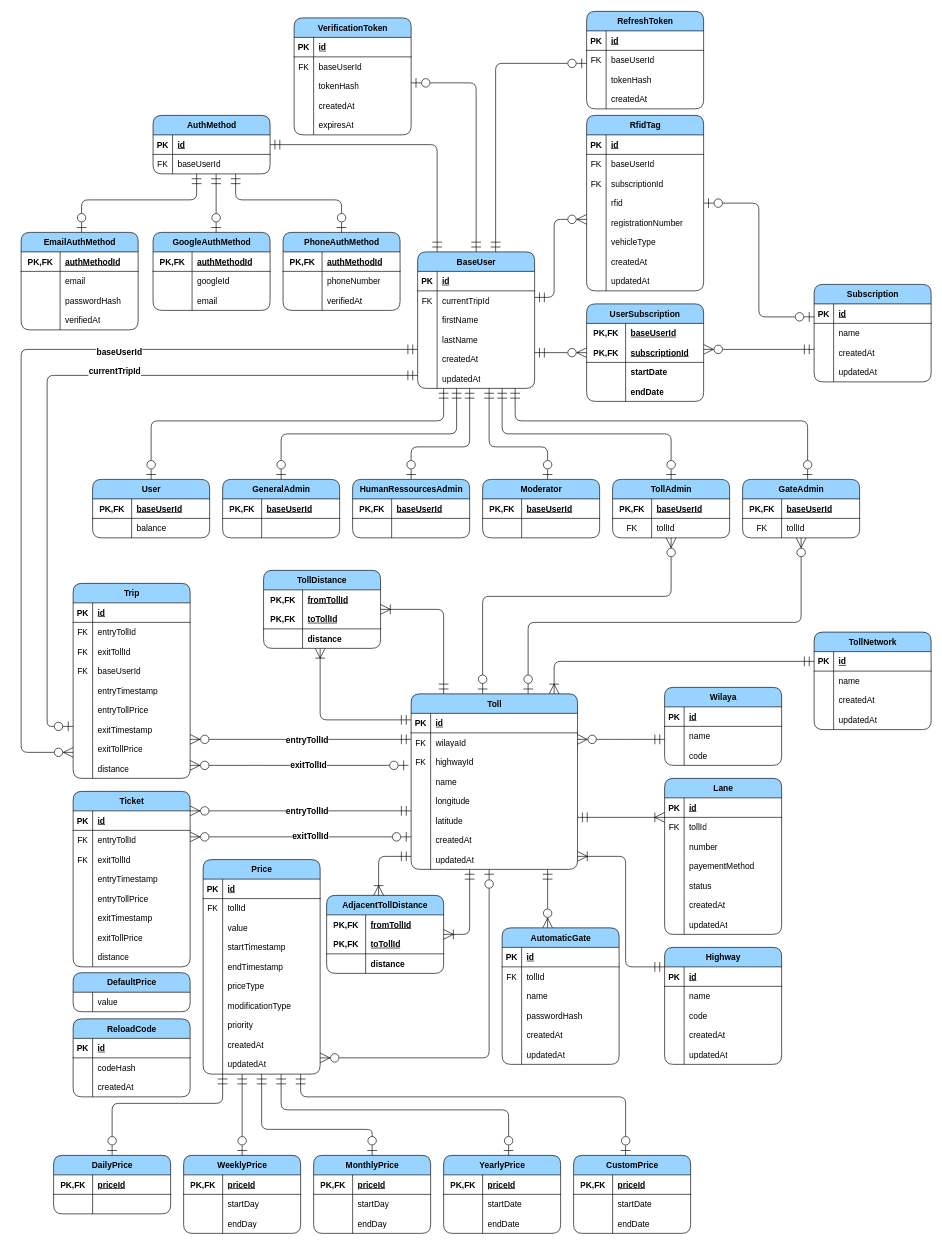
Before: diagrams/entity-relation.drawio in devlotfi/peage-pay, a draw.io diagram. Source tidied: cells renumbered, new cells numbered last; positions are measured from the earlier drawing's top-left corner, leaving out a move shared by most shapes. Both pictures are drawn from the tidied source at 65%, with x=0, y=0 at pixel (21, 11).
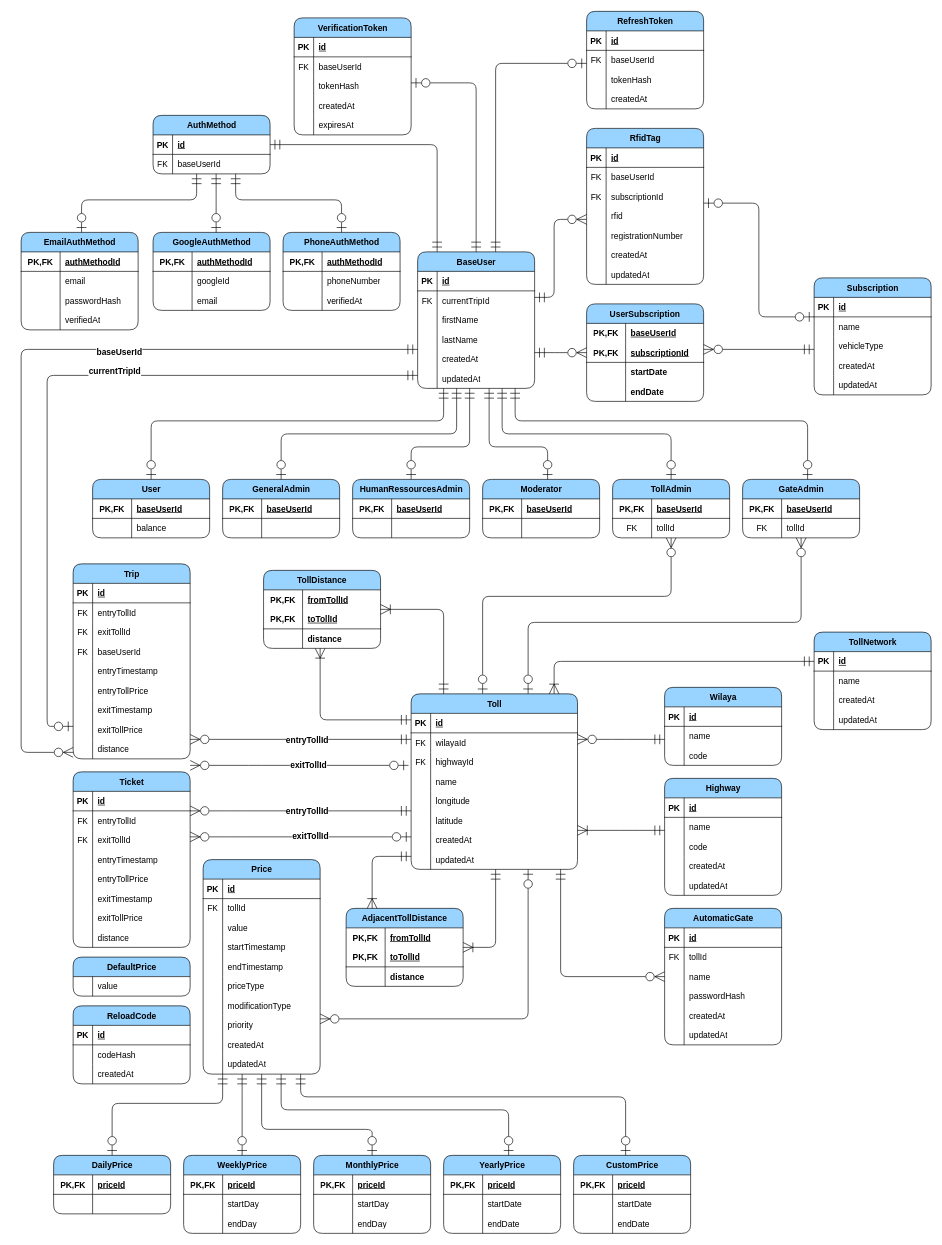
Above is the later version.

Unchanged cells that the change refers to:
```xml
<mxCell id="201" value="Toll" style="shape=table;startSize=30;childLayout=tableLayout;rowLines=0;fontStyle=1;align=center;html=1;rounded=1;fillColor=#99D3FF;fontSize=13;" parent="1" vertex="1">
  <mxGeometry x="600" y="1050" width="256" height="270" as="geometry" />
</mxCell>
<mxCell id="350" value="Price" style="shape=table;startSize=30;childLayout=tableLayout;rowLines=0;fontStyle=1;align=center;html=1;rounded=1;fillColor=#99D3FF;fontSize=13;" parent="1" vertex="1">
  <mxGeometry x="280" y="1305" width="180" height="330" as="geometry" />
</mxCell>
```

What changed in the source:
```diff
@@
     <mxCell id="145" value="RfidTag" style="shape=table;startSize=30;childLayout=tableLayout;rowLines=0;fontStyle=1;align=center;html=1;rounded=1;fillColor=#99D3FF;fontSize=13;" parent="1" vertex="1">
-      <mxGeometry x="870" y="160" width="180" height="270" as="geometry" />
+      <mxGeometry x="870" y="180" width="180" height="240" as="geometry" />
     </mxCell>
@@
-    <mxCell id="161" style="shape=tableRow;horizontal=0;startSize=0;swimlaneHead=0;swimlaneBody=0;fillColor=none;top=0;left=0;right=0;bottom=0;fontSize=13;" parent="145" vertex="1">
-      <mxGeometry y="180" width="180" height="30" as="geometry" />
-    </mxCell>
-    <mxCell id="162" style="shape=partialRectangle;fillColor=none;top=0;left=0;bottom=0;right=0;overflow=hidden;whiteSpace=wrap;html=1;fontSize=13;" parent="161" vertex="1">
-      <mxGeometry width="30" height="30" as="geometry" />
-    </mxCell>
-    <mxCell id="163" value="vehicleType" style="shape=partialRectangle;fillColor=none;top=0;left=0;bottom=0;right=0;align=left;spacingLeft=6;overflow=hidden;whiteSpace=wrap;html=1;fontSize=13;" parent="161" vertex="1">
-      <mxGeometry x="30" width="150" height="30" as="geometry" />
-    </mxCell>
     <mxCell id="164" style="shape=tableRow;horizontal=0;startSize=0;swimlaneHead=0;swimlaneBody=0;fillColor=none;top=0;left=0;right=0;bottom=0;fontSize=13;" parent="145" vertex="1">
-      <mxGeometry y="210" width="180" height="30" as="geometry" />
+      <mxGeometry y="180" width="180" height="30" as="geometry" />
     </mxCell>
@@
     <mxCell id="167" style="shape=tableRow;horizontal=0;startSize=0;swimlaneHead=0;swimlaneBody=0;fillColor=none;top=0;left=0;right=0;bottom=0;fontSize=13;" parent="145" vertex="1">
-      <mxGeometry y="240" width="180" height="30" as="geometry" />
+      <mxGeometry y="210" width="180" height="30" as="geometry" />
     </mxCell>
@@
     <mxCell id="171" value="Subscription" style="shape=table;startSize=30;childLayout=tableLayout;rowLines=0;fontStyle=1;align=center;html=1;rounded=1;fillColor=#99D3FF;fontSize=13;" parent="1" vertex="1">
-      <mxGeometry x="1220" y="420" width="180" height="150" as="geometry" />
+      <mxGeometry x="1220" y="410" width="180" height="180" as="geometry" />
     </mxCell>
@@
+    <mxCell id="234" style="shape=tableRow;horizontal=0;startSize=0;swimlaneHead=0;swimlaneBody=0;fillColor=none;top=0;left=0;right=0;bottom=0;fontSize=13;" parent="171" vertex="1">
+      <mxGeometry y="90" width="180" height="30" as="geometry" />
+    </mxCell>
+    <mxCell id="498" style="shape=partialRectangle;fillColor=none;top=0;left=0;bottom=0;right=0;overflow=hidden;whiteSpace=wrap;html=1;fontSize=13;" parent="234" vertex="1">
+      <mxGeometry width="30" height="30" as="geometry" />
+    </mxCell>
+    <mxCell id="163" value="vehicleType" style="shape=partialRectangle;fillColor=none;top=0;left=0;bottom=0;right=0;align=left;spacingLeft=6;overflow=hidden;whiteSpace=wrap;html=1;fontSize=13;" parent="234" vertex="1">
+      <mxGeometry x="30" width="150" height="30" as="geometry" />
+    </mxCell>
     <mxCell id="178" style="shape=tableRow;horizontal=0;startSize=0;swimlaneHead=0;swimlaneBody=0;fillColor=none;top=0;left=0;right=0;bottom=0;fontSize=13;" parent="171" vertex="1">
-      <mxGeometry y="90" width="180" height="30" as="geometry" />
+      <mxGeometry y="120" width="180" height="30" as="geometry" />
     </mxCell>
@@
     <mxCell id="181" style="shape=tableRow;horizontal=0;startSize=0;swimlaneHead=0;swimlaneBody=0;fillColor=none;top=0;left=0;right=0;bottom=0;fontSize=13;" parent="171" vertex="1">
-      <mxGeometry y="120" width="180" height="30" as="geometry" />
+      <mxGeometry y="150" width="180" height="30" as="geometry" />
     </mxCell>
@@
-    <mxCell id="226" style="edgeStyle=orthogonalEdgeStyle;rounded=1;jettySize=auto;html=1;strokeColor=default;align=center;verticalAlign=middle;fontFamily=Helvetica;fontSize=13;fontColor=default;fontStyle=1;labelBackgroundColor=default;startArrow=ERoneToMany;startFill=0;startSize=13;endArrow=ERmandOne;endFill=0;endSize=13;" parent="1" edge="1" source="227" target="201">
-      <mxGeometry relative="1" as="geometry">
-        <Array as="points">
-          <mxPoint x="900" y="1240" />
-          <mxPoint x="900" y="1240" />
-        </Array>
-      </mxGeometry>
-    </mxCell>
-    <mxCell id="227" value="Lane" style="shape=table;startSize=30;childLayout=tableLayout;rowLines=0;fontStyle=1;align=center;html=1;rounded=1;fillColor=#99D3FF;fontSize=13;" parent="1" vertex="1">
-      <mxGeometry x="990" y="1180" width="180" height="240" as="geometry" />
-    </mxCell>
-    <mxCell id="228" style="shape=tableRow;horizontal=0;startSize=0;swimlaneHead=0;swimlaneBody=0;fillColor=none;top=0;left=0;right=0;bottom=1;fontSize=13;" parent="227" vertex="1">
-      <mxGeometry y="30" width="180" height="30" as="geometry" />
-    </mxCell>
-    <mxCell id="229" value="PK" style="shape=partialRectangle;fillColor=none;top=0;left=0;bottom=0;right=0;fontStyle=1;overflow=hidden;whiteSpace=wrap;html=1;fontSize=13;" parent="228" vertex="1">
-      <mxGeometry width="30" height="30" as="geometry" />
-    </mxCell>
-    <mxCell id="230" value="id" style="shape=partialRectangle;fillColor=none;top=0;left=0;bottom=0;right=0;align=left;spacingLeft=6;fontStyle=5;overflow=hidden;whiteSpace=wrap;html=1;fontSize=13;" parent="228" vertex="1">
-      <mxGeometry x="30" width="150" height="30" as="geometry" />
-    </mxCell>
-    <mxCell id="231" style="shape=tableRow;horizontal=0;startSize=0;swimlaneHead=0;swimlaneBody=0;fillColor=none;top=0;left=0;right=0;bottom=0;fontSize=13;" parent="227" vertex="1">
-      <mxGeometry y="60" width="180" height="30" as="geometry" />
-    </mxCell>
-    <mxCell id="232" value="FK" style="shape=partialRectangle;fillColor=none;top=0;left=0;bottom=0;right=0;overflow=hidden;whiteSpace=wrap;html=1;fontSize=13;" parent="231" vertex="1">
-      <mxGeometry width="30" height="30" as="geometry" />
-    </mxCell>
-    <mxCell id="233" value="tollId" style="shape=partialRectangle;fillColor=none;top=0;left=0;bottom=0;right=0;align=left;spacingLeft=6;overflow=hidden;whiteSpace=wrap;html=1;fontSize=13;" parent="231" vertex="1">
-      <mxGeometry x="30" width="150" height="30" as="geometry" />
-    </mxCell>
-    <mxCell id="234" style="shape=tableRow;horizontal=0;startSize=0;swimlaneHead=0;swimlaneBody=0;fillColor=none;top=0;left=0;right=0;bottom=0;fontSize=13;" parent="227" vertex="1">
-      <mxGeometry y="90" width="180" height="30" as="geometry" />
-    </mxCell>
-    <mxCell id="235" style="shape=partialRectangle;fillColor=none;top=0;left=0;bottom=0;right=0;overflow=hidden;whiteSpace=wrap;html=1;fontSize=13;" parent="234" vertex="1">
-      <mxGeometry width="30" height="30" as="geometry" />
-    </mxCell>
-    <mxCell id="236" value="number" style="shape=partialRectangle;fillColor=none;top=0;left=0;bottom=0;right=0;align=left;spacingLeft=6;overflow=hidden;whiteSpace=wrap;html=1;fontSize=13;" parent="234" vertex="1">
-      <mxGeometry x="30" width="150" height="30" as="geometry" />
-    </mxCell>
-    <mxCell id="237" style="shape=tableRow;horizontal=0;startSize=0;swimlaneHead=0;swimlaneBody=0;fillColor=none;top=0;left=0;right=0;bottom=0;fontSize=13;" parent="227" vertex="1">
-      <mxGeometry y="120" width="180" height="30" as="geometry" />
-    </mxCell>
-    <mxCell id="238" style="shape=partialRectangle;fillColor=none;top=0;left=0;bottom=0;right=0;overflow=hidden;whiteSpace=wrap;html=1;fontSize=13;" parent="237" vertex="1">
-      <mxGeometry width="30" height="30" as="geometry" />
-    </mxCell>
-    <mxCell id="239" value="payementMethod" style="shape=partialRectangle;fillColor=none;top=0;left=0;bottom=0;right=0;align=left;spacingLeft=6;overflow=hidden;whiteSpace=wrap;html=1;fontSize=13;" parent="237" vertex="1">
-      <mxGeometry x="30" width="150" height="30" as="geometry" />
-    </mxCell>
-    <mxCell id="240" style="shape=tableRow;horizontal=0;startSize=0;swimlaneHead=0;swimlaneBody=0;fillColor=none;top=0;left=0;right=0;bottom=0;fontSize=13;" parent="227" vertex="1">
-      <mxGeometry y="150" width="180" height="30" as="geometry" />
-    </mxCell>
-    <mxCell id="241" style="shape=partialRectangle;fillColor=none;top=0;left=0;bottom=0;right=0;overflow=hidden;whiteSpace=wrap;html=1;fontSize=13;" parent="240" vertex="1">
-      <mxGeometry width="30" height="30" as="geometry" />
-    </mxCell>
-    <mxCell id="242" value="status" style="shape=partialRectangle;fillColor=none;top=0;left=0;bottom=0;right=0;align=left;spacingLeft=6;overflow=hidden;whiteSpace=wrap;html=1;fontSize=13;" parent="240" vertex="1">
-      <mxGeometry x="30" width="150" height="30" as="geometry" />
-    </mxCell>
-    <mxCell id="243" style="shape=tableRow;horizontal=0;startSize=0;swimlaneHead=0;swimlaneBody=0;fillColor=none;top=0;left=0;right=0;bottom=0;fontSize=13;" parent="227" vertex="1">
-      <mxGeometry y="180" width="180" height="30" as="geometry" />
-    </mxCell>
-    <mxCell id="244" style="shape=partialRectangle;fillColor=none;top=0;left=0;bottom=0;right=0;overflow=hidden;whiteSpace=wrap;html=1;fontSize=13;" parent="243" vertex="1">
-      <mxGeometry width="30" height="30" as="geometry" />
-    </mxCell>
-    <mxCell id="245" value="createdAt" style="shape=partialRectangle;fillColor=none;top=0;left=0;bottom=0;right=0;align=left;spacingLeft=6;overflow=hidden;whiteSpace=wrap;html=1;fontSize=13;" parent="243" vertex="1">
-      <mxGeometry x="30" width="150" height="30" as="geometry" />
-    </mxCell>
-    <mxCell id="246" style="shape=tableRow;horizontal=0;startSize=0;swimlaneHead=0;swimlaneBody=0;fillColor=none;top=0;left=0;right=0;bottom=0;fontSize=13;" parent="227" vertex="1">
-      <mxGeometry y="210" width="180" height="30" as="geometry" />
-    </mxCell>
-    <mxCell id="247" style="shape=partialRectangle;fillColor=none;top=0;left=0;bottom=0;right=0;overflow=hidden;whiteSpace=wrap;html=1;fontSize=13;" parent="246" vertex="1">
-      <mxGeometry width="30" height="30" as="geometry" />
-    </mxCell>
-    <mxCell id="248" value="updatedAt" style="shape=partialRectangle;fillColor=none;top=0;left=0;bottom=0;right=0;align=left;spacingLeft=6;overflow=hidden;whiteSpace=wrap;html=1;fontSize=13;" parent="246" vertex="1">
-      <mxGeometry x="30" width="150" height="30" as="geometry" />
-    </mxCell>
     <mxCell id="249" style="edgeStyle=orthogonalEdgeStyle;rounded=1;jettySize=auto;html=1;strokeColor=default;align=center;verticalAlign=middle;fontFamily=Helvetica;fontSize=13;fontColor=default;fontStyle=1;labelBackgroundColor=default;startArrow=ERzeroToMany;startFill=0;startSize=13;endArrow=ERmandOne;endFill=0;endSize=13;" parent="1" edge="1" source="250" target="201">
       <mxGeometry relative="1" as="geometry">
         <Array as="points">
-          <mxPoint x="810" y="1370" />
-          <mxPoint x="810" y="1370" />
+          <mxPoint x="830" y="1485" />
         </Array>
       </mxGeometry>
     </mxCell>
     <mxCell id="250" value="AutomaticGate" style="shape=table;startSize=30;childLayout=tableLayout;rowLines=0;fontStyle=1;align=center;html=1;rounded=1;fillColor=#99D3FF;fontSize=13;" parent="1" vertex="1">
-      <mxGeometry x="740" y="1410" width="180" height="210" as="geometry" />
+      <mxGeometry x="990" y="1380" width="180" height="210" as="geometry" />
     </mxCell>
@@
     <mxCell id="288" value="Trip" style="shape=table;startSize=30;childLayout=tableLayout;rowLines=0;fontStyle=1;align=center;html=1;rounded=1;fillColor=#99D3FF;fontSize=13;" parent="1" vertex="1">
-      <mxGeometry x="80" y="880" width="180" height="300" as="geometry" />
+      <mxGeometry x="80" y="850" width="180" height="300" as="geometry" />
     </mxCell>
@@
     <mxCell id="316" value="Ticket" style="shape=table;startSize=30;childLayout=tableLayout;rowLines=0;fontStyle=1;align=center;html=1;rounded=1;fillColor=#99D3FF;fontSize=13;" parent="1" vertex="1">
-      <mxGeometry x="80" y="1200" width="180" height="270" as="geometry" />
+      <mxGeometry x="80" y="1170" width="180" height="270" as="geometry" />
     </mxCell>
@@
     <mxCell id="345" value="DefaultPrice" style="shape=table;startSize=30;childLayout=tableLayout;rowLines=0;fontStyle=1;align=center;html=1;rounded=1;fillColor=#99D3FF;fontSize=13;" parent="1" vertex="1">
-      <mxGeometry x="80" y="1479" width="180" height="60" as="geometry" />
+      <mxGeometry x="80" y="1455" width="180" height="60" as="geometry" />
     </mxCell>
@@
     <mxCell id="349" style="edgeStyle=orthogonalEdgeStyle;rounded=1;jettySize=auto;html=1;strokeColor=default;align=center;verticalAlign=middle;fontFamily=Helvetica;fontSize=13;fontColor=default;fontStyle=1;labelBackgroundColor=default;startArrow=ERzeroToMany;startFill=0;startSize=13;endArrow=ERzeroToOne;endFill=0;endSize=13;" parent="1" edge="1" source="350" target="201">
       <mxGeometry relative="1" as="geometry">
         <Array as="points">
-          <mxPoint x="720" y="1610" />
+          <mxPoint x="780" y="1550" />
         </Array>
       </mxGeometry>
     </mxCell>
@@
     <mxCell id="433" value="ReloadCode" style="shape=table;startSize=30;childLayout=tableLayout;rowLines=0;fontStyle=1;align=center;html=1;rounded=1;fillColor=#99D3FF;fontSize=13;" parent="1" vertex="1">
-      <mxGeometry x="80" y="1550" width="180" height="120" as="geometry" />
+      <mxGeometry x="80" y="1530" width="180" height="120" as="geometry" />
     </mxCell>
@@
     <mxCell id="455" value="Highway" style="shape=table;startSize=30;childLayout=tableLayout;rowLines=0;fontStyle=1;align=center;html=1;rounded=1;fillColor=#99D3FF;fontSize=13;" parent="1" vertex="1">
-      <mxGeometry x="990" y="1440" width="180" height="180" as="geometry" />
+      <mxGeometry x="990" y="1180" width="180" height="180" as="geometry" />
     </mxCell>
@@
     <mxCell id="471" style="edgeStyle=orthogonalEdgeStyle;rounded=1;jettySize=auto;html=1;strokeColor=default;align=center;verticalAlign=middle;fontFamily=Helvetica;fontSize=13;fontColor=default;fontStyle=1;labelBackgroundColor=default;startArrow=ERmandOne;startFill=0;startSize=13;endArrow=ERoneToMany;endFill=0;endSize=13;" parent="1" edge="1" source="455" target="201">
       <mxGeometry relative="1" as="geometry">
         <Array as="points">
-          <mxPoint x="930" y="1470" />
-          <mxPoint x="930" y="1300" />
+          <mxPoint x="930" y="1260" />
+          <mxPoint x="930" y="1260" />
         </Array>
       </mxGeometry>
     </mxCell>
     <mxCell id="472" value="AdjacentTollDistance" style="shape=table;startSize=30;childLayout=tableLayout;rowLines=0;fontStyle=1;align=center;html=1;whiteSpace=wrap;rounded=1;strokeColor=default;verticalAlign=middle;fontFamily=Helvetica;fontSize=13;fontColor=default;fillColor=#99D3FF;" parent="1" vertex="1">
-      <mxGeometry x="470" y="1360" width="180" height="120" as="geometry" />
+      <mxGeometry x="500" y="1380" width="180" height="120" as="geometry" />
     </mxCell>
@@
     <mxCell id="482" style="edgeStyle=orthogonalEdgeStyle;rounded=1;jettySize=auto;html=1;strokeColor=default;align=center;verticalAlign=middle;fontFamily=Helvetica;fontSize=13;fontColor=default;fontStyle=1;labelBackgroundColor=default;startArrow=ERoneToMany;startFill=0;startSize=13;endArrow=ERmandOne;endFill=0;endSize=13;" parent="1" edge="1" source="472" target="201">
       <mxGeometry relative="1" as="geometry">
         <Array as="points">
-          <mxPoint x="550" y="1300" />
+          <mxPoint x="540" y="1300" />
         </Array>
       </mxGeometry>
     </mxCell>
     <mxCell id="483" style="edgeStyle=orthogonalEdgeStyle;rounded=1;jettySize=auto;html=1;strokeColor=default;align=center;verticalAlign=middle;fontFamily=Helvetica;fontSize=13;fontColor=default;fontStyle=1;labelBackgroundColor=default;startArrow=ERoneToMany;startFill=0;startSize=13;endArrow=ERmandOne;endFill=0;endSize=13;" parent="1" edge="1" source="472" target="201">
       <mxGeometry relative="1" as="geometry">
         <Array as="points">
-          <mxPoint x="690" y="1420" />
+          <mxPoint x="730" y="1440" />
         </Array>
       </mxGeometry>
     </mxCell>
```
